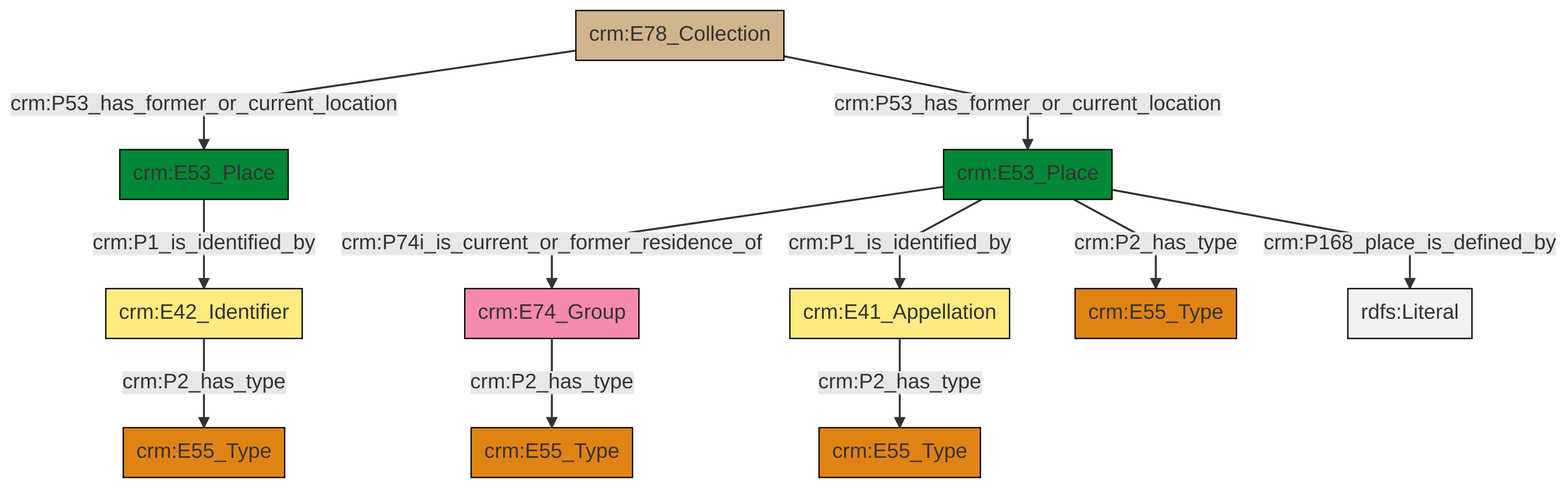
swiss-art-research-net/docs.swissartresearch keeps this Mermaid diagram as et/archivalCSV/ttl/mmd/png/archival_location.png. Above is the earlier version. Its source is kept beside it as et/archivalCSV/ttl/mmd/archival_location.ttl.mmd.
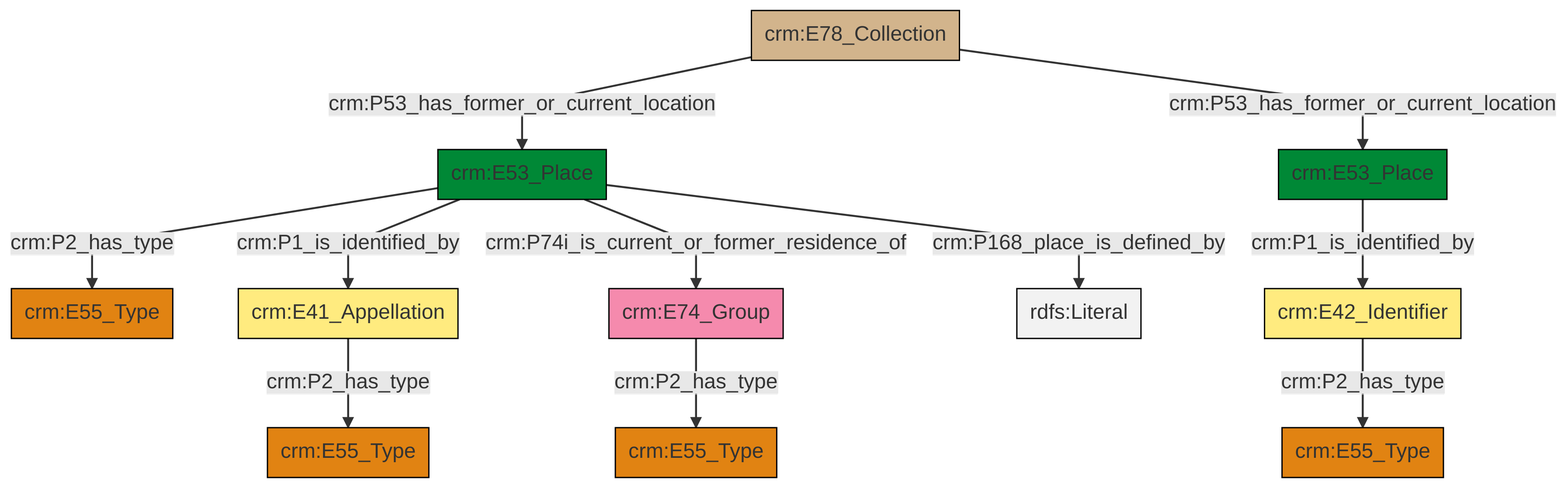
The same diagram one commit later.

Change to the diagram source:
```diff
@@ -13,13 +13,13 @@
 classDef PC_Classes fill:#4ce600, stroke:#000000;
 classDef Multi fill:#cccccc,stroke:#000000;
 
-0["crm:E41_Appellation"]:::Appellation -->|crm:P2_has_type| 1["crm:E55_Type"]:::Type
-2["crm:E53_Place"]:::Place -->|crm:P1_is_identified_by| 3["crm:E42_Identifier"]:::Appellation
-3["crm:E42_Identifier"]:::Appellation -->|crm:P2_has_type| 4["crm:E55_Type"]:::Type
-9["crm:E74_Group"]:::Actor -->|crm:P2_has_type| 6["crm:E55_Type"]:::Type
-11["crm:E53_Place"]:::Place -->|crm:P2_has_type| 16["crm:E55_Type"]:::Type
-14["crm:E78_Collection"]:::Physical_Thing -->|crm:P53_has_former_or_current_location| 2["crm:E53_Place"]:::Place
-11["crm:E53_Place"]:::Place -->|crm:P74i_is_current_or_former_residence_of| 9["crm:E74_Group"]:::Actor
-11["crm:E53_Place"]:::Place -->|crm:P1_is_identified_by| 0["crm:E41_Appellation"]:::Appellation
-14["crm:E78_Collection"]:::Physical_Thing -->|crm:P53_has_former_or_current_location| 11["crm:E53_Place"]:::Place
-11["crm:E53_Place"]:::Place -->|crm:P168_place_is_defined_by| 24[rdfs:Literal]:::Literal
+5["crm:E74_Group"]:::Actor -->|crm:P2_has_type| 6["crm:E55_Type"]:::Type
+7["crm:E42_Identifier"]:::Appellation -->|crm:P2_has_type| 8["crm:E55_Type"]:::Type
+10["crm:E53_Place"]:::Place -->|crm:P168_place_is_defined_by| 11[rdfs:Literal]:::Literal
+10["crm:E53_Place"]:::Place -->|crm:P1_is_identified_by| 13["crm:E41_Appellation"]:::Appellation
+0["crm:E78_Collection"]:::Physical_Thing -->|crm:P53_has_former_or_current_location| 10["crm:E53_Place"]:::Place
+0["crm:E78_Collection"]:::Physical_Thing -->|crm:P53_has_former_or_current_location| 18["crm:E53_Place"]:::Place
+13["crm:E41_Appellation"]:::Appellation -->|crm:P2_has_type| 21["crm:E55_Type"]:::Type
+10["crm:E53_Place"]:::Place -->|crm:P2_has_type| 2["crm:E55_Type"]:::Type
+10["crm:E53_Place"]:::Place -->|crm:P74i_is_current_or_former_residence_of| 5["crm:E74_Group"]:::Actor
+18["crm:E53_Place"]:::Place -->|crm:P1_is_identified_by| 7["crm:E42_Identifier"]:::Appellation
```
